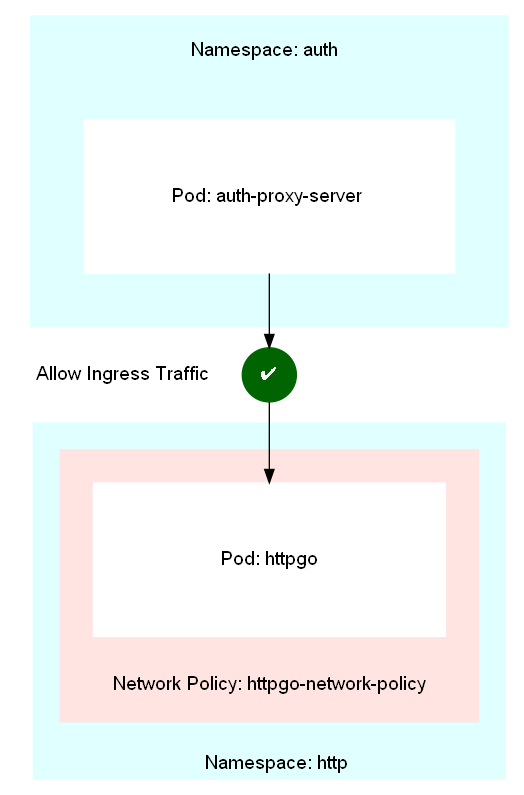
Earlier version of the Graphviz export kubernetes/cmsweb/networkpolicies/test-clusters/network-diagrams/httpgo-network-policy-diagram.png (dmwm/CMSKubernetes). Its source is kept beside it as kubernetes/cmsweb/networkpolicies/test-clusters/network-diagrams/httpgo-network-policy-diagram.gv.
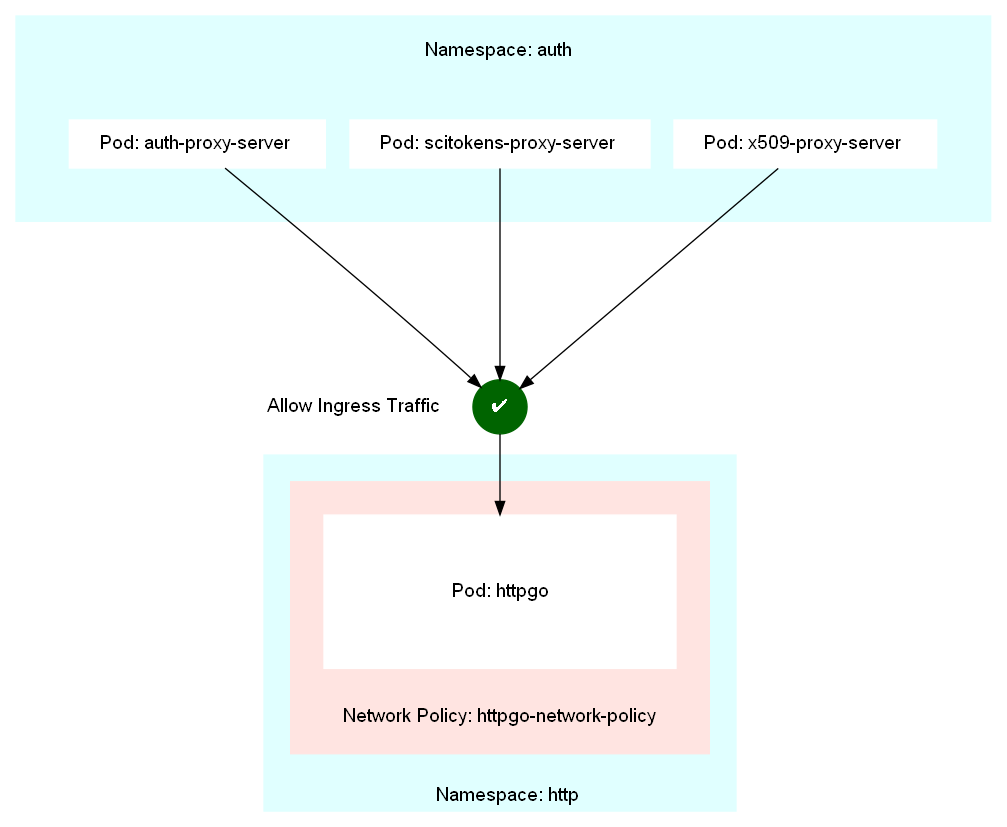
Later version of the same file.

Commit message:
updated httpgo-network-policy-graph to allow scitokens-proxy-server and x509-proxy-server

The edit, as a diff of the source:
```diff
@@ -12,7 +12,9 @@
 		style=filled;
 		color=lightcyan;
 		node [style=filled, color=white, shape=box];
-		auth_proxy_server [label="    Pod: auth-proxy-server     ", margin=0.7]
+		auth_proxy_server [label="    Pod: auth-proxy-server     ", margin=0.1]
+		scitokens_proxy_server [label="    Pod: scitokens-proxy-server     ", margin=0.1]
+		x509_proxy_server [label="    Pod: x509-proxy-server     ", margin=0.1]
 		label = " \n                      Namespace: auth                        ";
 		labeljust="c"
 		margin=40;
@@ -45,7 +47,9 @@
 	}
 
 
-	auth_proxy_server -> tick [minlen=1]
+	auth_proxy_server -> tick [minlen=4]
+	scitokens_proxy_server -> tick
+	x509_proxy_server -> tick
 	tick -> httpgo[]
 
 }
```
